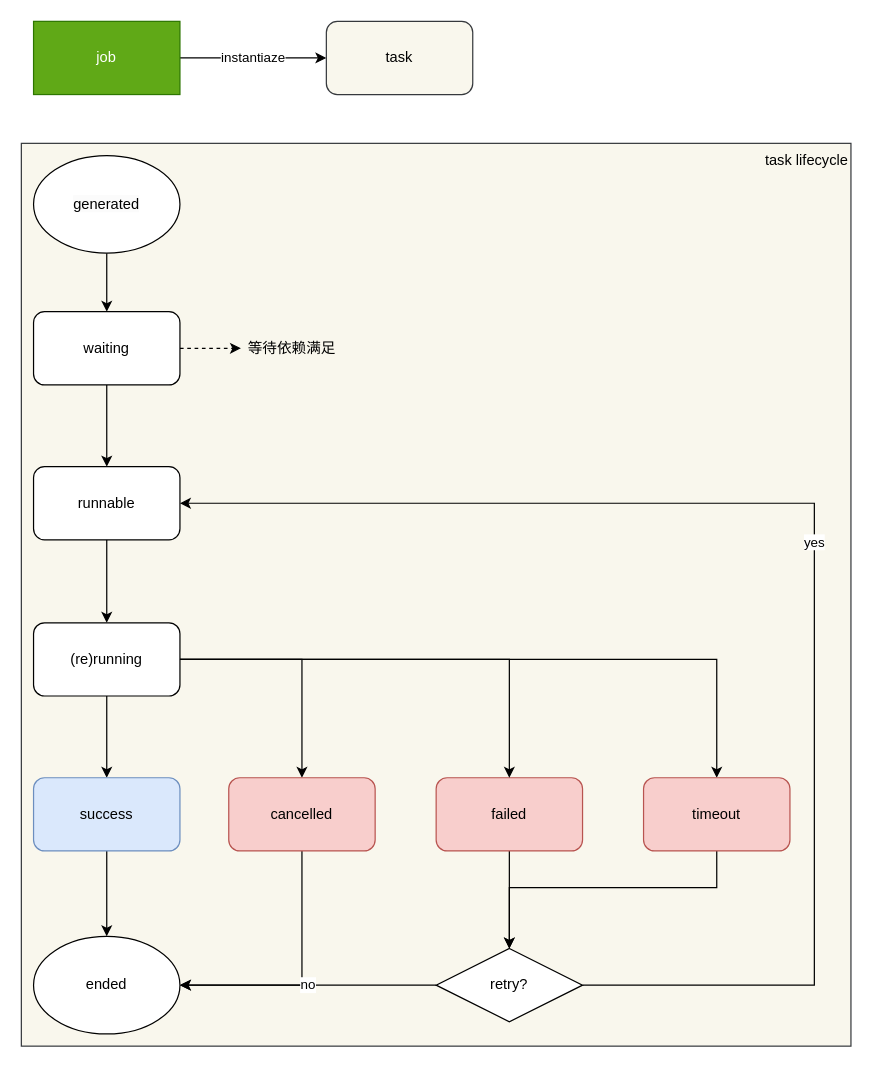
The draw.io diagram page "job lifecycle" (2 of 4) of simple-scheduler.drawio in gabrywu/drawio-dag, before the edit. Source tidied: cells renumbered, new cells numbered last; positions are measured from the earlier drawing's top-left corner, leaving out a move shared by most shapes. Both pictures are drawn from the tidied source at 122%, with x=0, y=0 at pixel (21, 21).
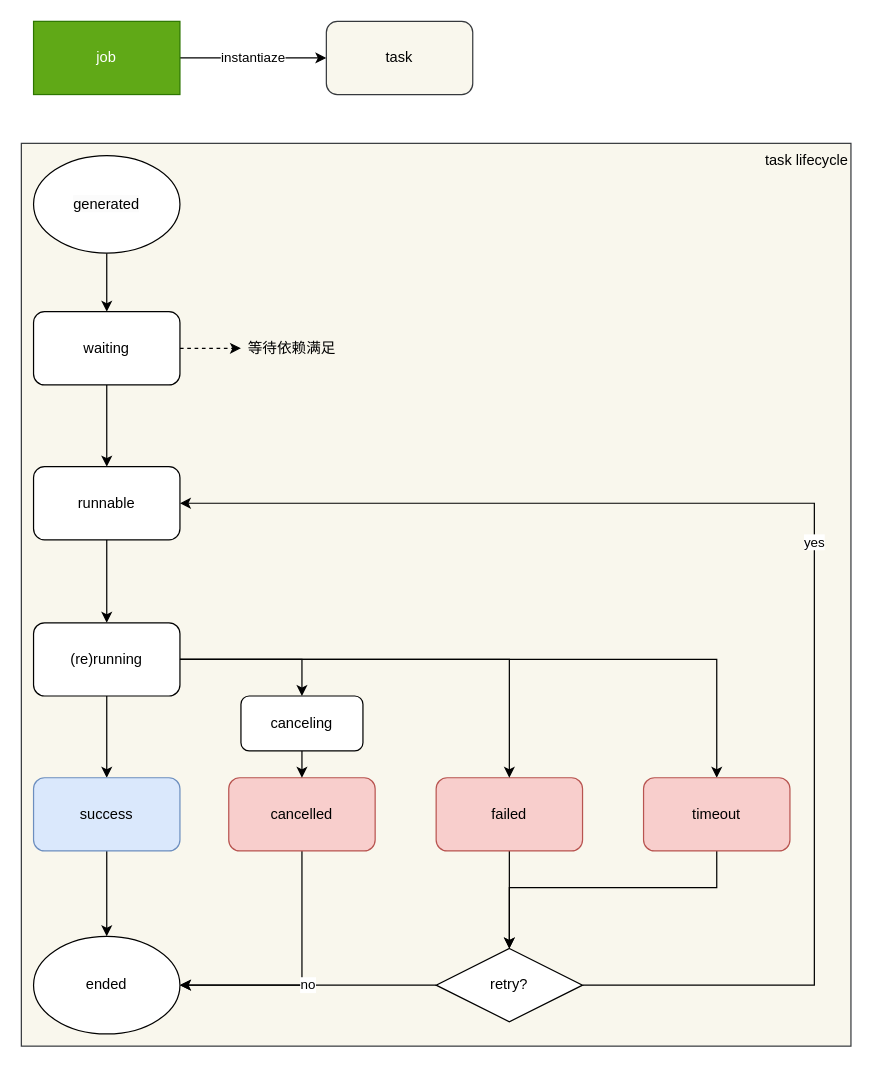
The same diagram, later.

Unchanged cells that the change refers to:
```xml
<mxCell id="15" value="(re)running" style="rounded=1;whiteSpace=wrap;html=1;" parent="1" vertex="1">
  <mxGeometry x="10" y="493" width="120" height="60" as="geometry" />
</mxCell>
<mxCell id="19" value="cancelled" style="rounded=1;whiteSpace=wrap;html=1;fillColor=#f8cecc;strokeColor=#b85450;" parent="1" vertex="1">
  <mxGeometry x="170" y="620" width="120" height="60" as="geometry" />
</mxCell>
```

The edit, as a diff of the source:
```diff
@@
-    <mxCell id="13" style="edgeStyle=orthogonalEdgeStyle;rounded=0;jettySize=auto;html=1;entryX=0.5;entryY=0;entryDx=0;entryDy=0;" parent="1" edge="1" source="15" target="19">
+    <mxCell id="13" style="edgeStyle=orthogonalEdgeStyle;rounded=0;jettySize=auto;html=1;entryX=0.5;entryY=0;entryDx=0;entryDy=0;" parent="1" edge="1" source="15" target="32">
       <mxGeometry relative="1" as="geometry" />
     </mxCell>
@@
+    <mxCell id="31" style="edgeStyle=orthogonalEdgeStyle;rounded=0;jettySize=auto;html=1;entryX=0.5;entryY=0;entryDx=0;entryDy=0;" parent="1" edge="1" source="32" target="19">
+      <mxGeometry relative="1" as="geometry" />
+    </mxCell>
+    <mxCell id="32" value="canceling" style="rounded=1;whiteSpace=wrap;html=1;" parent="1" vertex="1">
+      <mxGeometry x="180" y="553" width="100" height="45" as="geometry" />
+    </mxCell>
```
